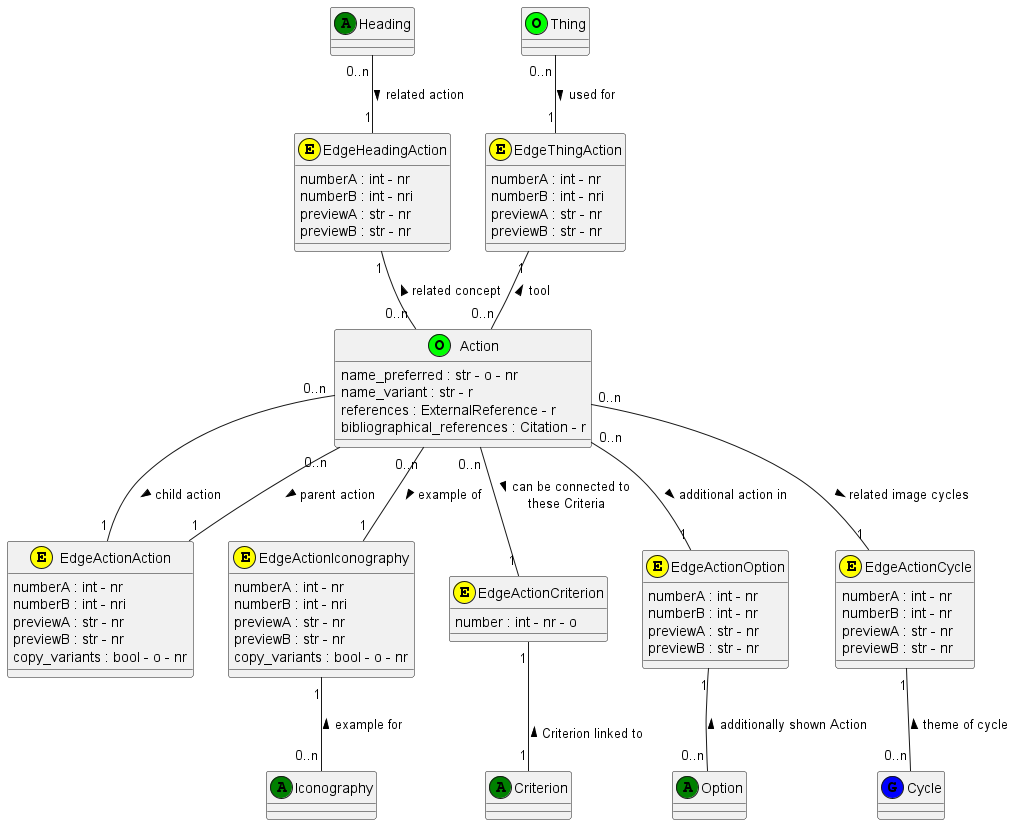
The PlantUML diagram documentation/class_diagrams/action.png in tmasch/bpf_be, before a commit.
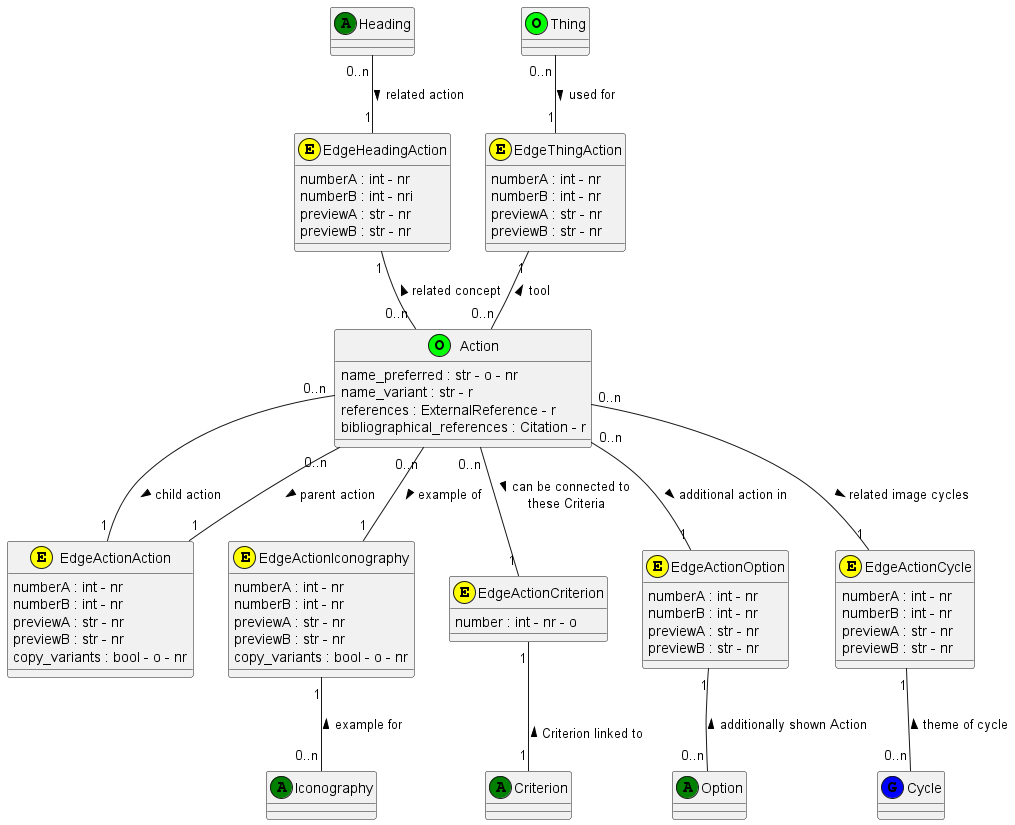
Later version of the same file.

Change to the diagram source:
```diff
@@ -26,20 +26,20 @@
 
 class EdgeThingAction <<(E,yellow)>>
 EdgeThingAction : numberA : int - nr
-EdgeThingAction : numberB : int - nri
+EdgeThingAction : numberB : int - nr
 EdgeThingAction : previewA : str - nr
 EdgeThingAction : previewB : str - nr
 
 class EdgeActionAction <<(E,yellow)>>
 EdgeActionAction : numberA : int - nr
-EdgeActionAction : numberB : int - nri
+EdgeActionAction : numberB : int - nr
 EdgeActionAction : previewA : str - nr
 EdgeActionAction : previewB : str - nr
 EdgeActionAction : copy_variants : bool - o - nr
 
 class EdgeActionIconography <<(E,yellow)>>
 EdgeActionIconography : numberA : int - nr
-EdgeActionIconography : numberB : int - nri
+EdgeActionIconography : numberB : int - nr
 EdgeActionIconography : previewA : str - nr
 EdgeActionIconography : previewB : str - nr
 EdgeActionIconography : copy_variants : bool - o - nr
```
